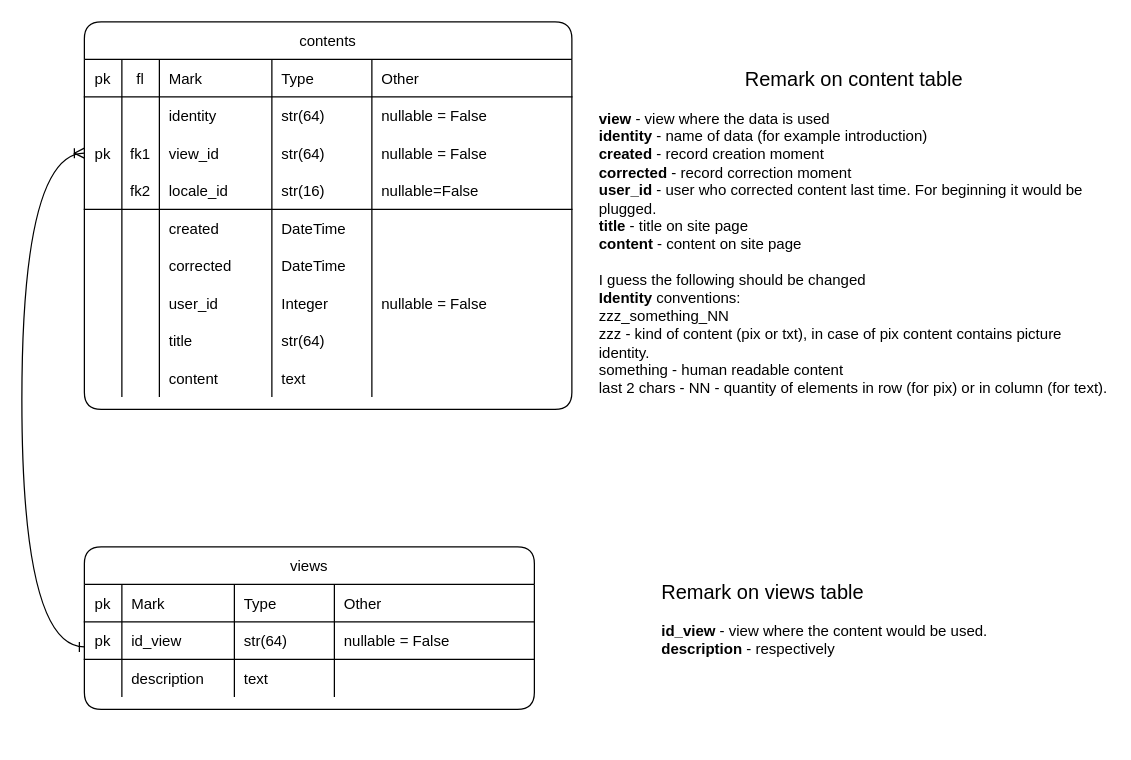
This is page "contents table" (7 of 12) of market-coffee.drawio from Sergey190309/220415-market-caffee, a draw.io file, before an edit. Source tidied: cells renumbered, new cells numbered last; positions are measured from the earlier drawing's top-left corner, leaving out a move shared by most shapes. Both pictures are drawn from the tidied source at 125%, with x=0, y=0 at pixel (21, 21).
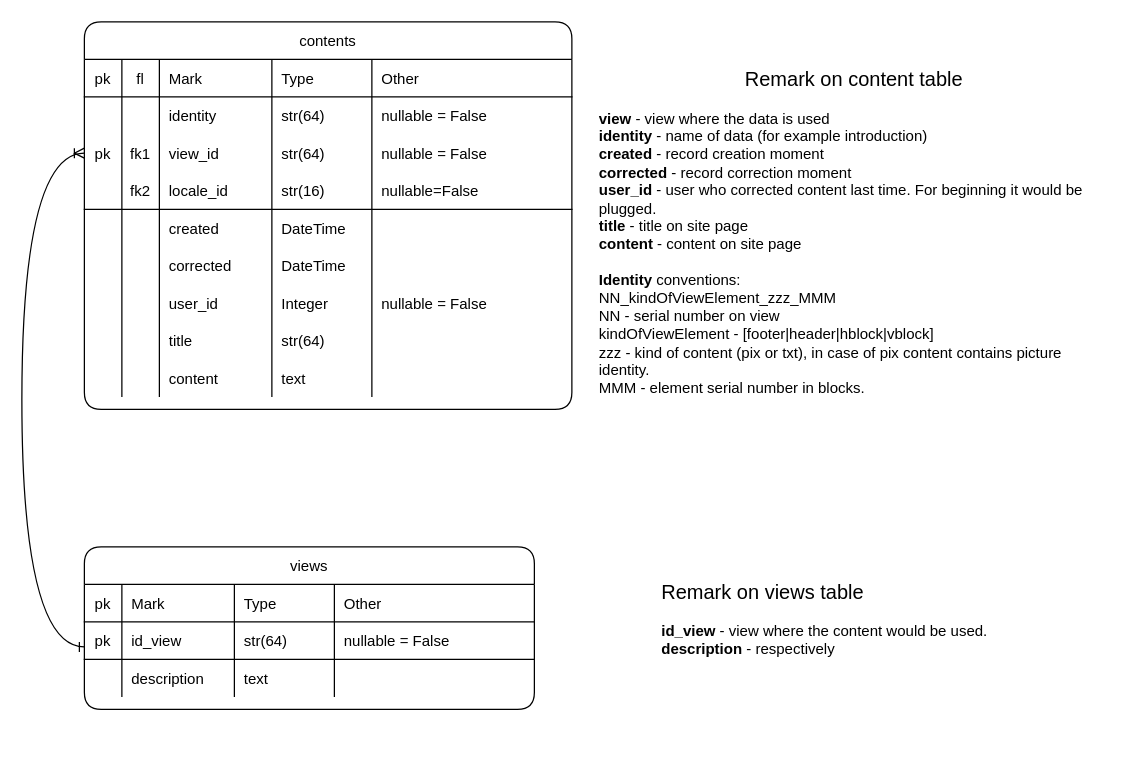
The same diagram, later.

What changed in the source:
```diff
@@
-    <mxCell id="74" value="&lt;div style=&quot;text-align: center&quot;&gt;&lt;span style=&quot;font-size: 16px&quot;&gt;Remark on content&amp;nbsp;&lt;/span&gt;&lt;span style=&quot;font-size: 16px&quot;&gt;table&lt;/span&gt;&lt;/div&gt;&lt;font style=&quot;font-size: 12px&quot;&gt;&lt;br&gt;&lt;b&gt;view &lt;/b&gt;- view where the data is used&lt;br&gt;&lt;b&gt;identity&lt;/b&gt; - name of data (for example introduction)&lt;br&gt;&lt;b&gt;created&lt;/b&gt;&amp;nbsp;- record creation moment&lt;br&gt;&lt;b&gt;corrected&lt;/b&gt; - record correction moment&lt;br&gt;&lt;b&gt;user_id&lt;/b&gt; - user who corrected content last time. For beginning it would be plugged.&lt;br&gt;&lt;b&gt;title&lt;/b&gt; - title on site page&lt;br&gt;&lt;b&gt;content&lt;/b&gt; - content on site page&lt;br&gt;&lt;br&gt;I guess the following should be changed&lt;br&gt;&lt;b&gt;Identity&lt;/b&gt; conventions:&lt;br&gt;zzz_something_NN&lt;br&gt;zzz - kind of content (pix or txt), in case of pix content contains picture identity.&lt;br&gt;something - human readable content&lt;br&gt;last 2 chars - NN - quantity of elements in row (for pix) or in column (for text).&lt;br&gt;&lt;/font&gt;" style="text;html=1;strokeColor=none;fillColor=none;align=left;verticalAlign=top;whiteSpace=wrap;overflow=hidden;fontSize=12;spacingTop=0;" parent="73" vertex="1">
+    <mxCell id="74" value="&lt;div style=&quot;text-align: center&quot;&gt;&lt;span style=&quot;font-size: 16px&quot;&gt;Remark on content&amp;nbsp;&lt;/span&gt;&lt;span style=&quot;font-size: 16px&quot;&gt;table&lt;/span&gt;&lt;/div&gt;&lt;font style=&quot;font-size: 12px&quot;&gt;&lt;br&gt;&lt;b&gt;view &lt;/b&gt;- view where the data is used&lt;br&gt;&lt;b&gt;identity&lt;/b&gt; - name of data (for example introduction)&lt;br&gt;&lt;b&gt;created&lt;/b&gt;&amp;nbsp;- record creation moment&lt;br&gt;&lt;b&gt;corrected&lt;/b&gt; - record correction moment&lt;br&gt;&lt;b&gt;user_id&lt;/b&gt; - user who corrected content last time. For beginning it would be plugged.&lt;br&gt;&lt;b&gt;title&lt;/b&gt; - title on site page&lt;br&gt;&lt;b&gt;content&lt;/b&gt; - content on site page&lt;br&gt;&lt;br&gt;&lt;b&gt;Identity&lt;/b&gt; conventions:&lt;br&gt;NN_kindOfViewElement_zzz_MMM&lt;br&gt;NN - serial number on view&lt;br&gt;kindOfViewElement - [footer|header|hblock|vblock]&amp;nbsp;&lt;br&gt;zzz - kind of content (pix or txt), in case of pix content contains picture identity.&lt;br&gt;MMM - element serial number in blocks.&lt;br&gt;&lt;/font&gt;" style="text;html=1;strokeColor=none;fillColor=none;align=left;verticalAlign=top;whiteSpace=wrap;overflow=hidden;fontSize=12;spacingTop=0;" parent="73" vertex="1">
       <mxGeometry x="460" y="30" width="410" height="290" as="geometry" />
     </mxCell>
```
